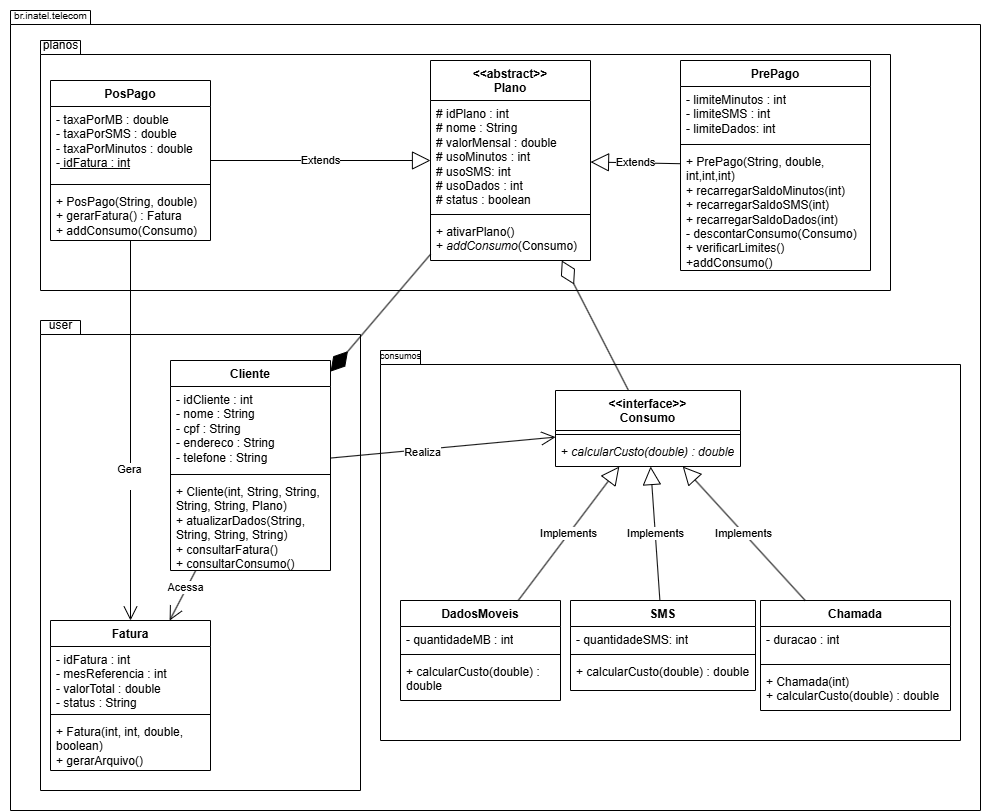
The draw.io diagram diagramaUML.drawio.png in Jhone93567/Projeto-POO, before a commit. Source tidied: cells renumbered, new cells last; positions are measured from the earlier drawing's top-left corner, leaving out a move shared by most shapes.
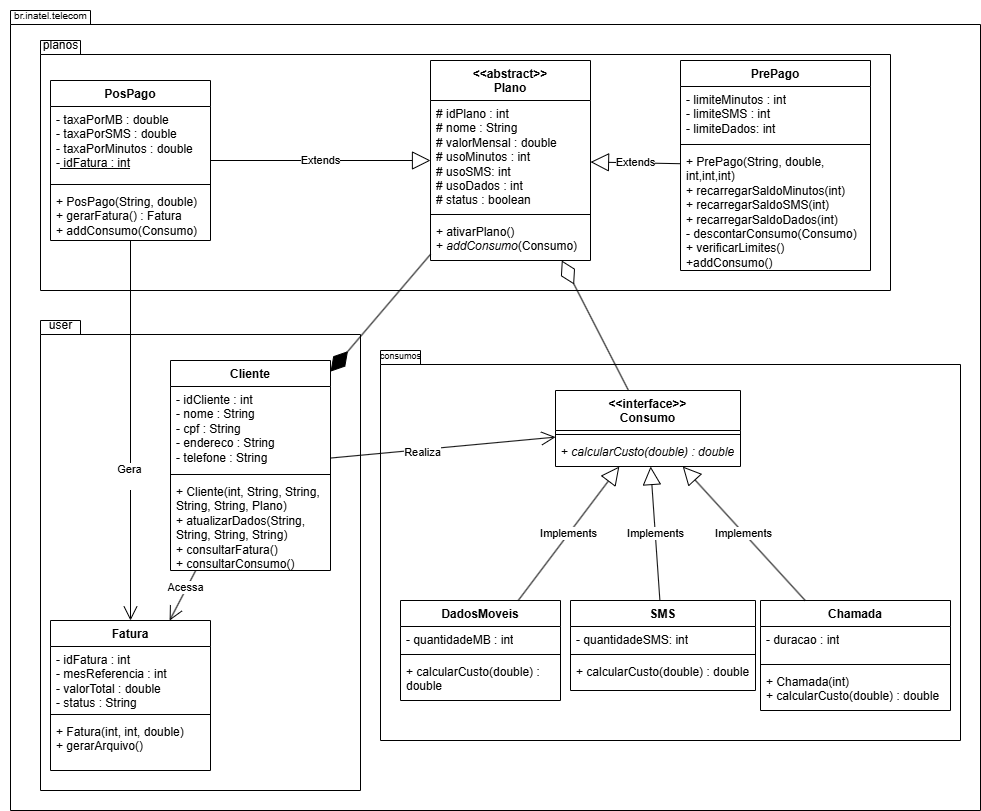
After the commit.

Change to the diagram source:
```diff
@@ -104,7 +104,7 @@
     <mxCell id="35" style="line;strokeWidth=1;fillColor=none;align=left;verticalAlign=middle;spacingTop=-1;spacingLeft=3;spacingRight=3;labelPosition=right;strokeColor=inherit;" parent="33" vertex="1">
       <mxGeometry y="90" width="160" height="8" as="geometry" />
     </mxCell>
-    <mxCell id="36" value="&lt;div&gt;+ Fatura(int, int, double, boolean)&lt;/div&gt;&lt;div&gt;+ gerarArquivo()&lt;/div&gt;" style="text;strokeColor=none;fillColor=none;align=left;verticalAlign=top;spacingLeft=4;spacingRight=4;overflow=hidden;whiteSpace=wrap;html=1;" parent="33" vertex="1">
+    <mxCell id="36" value="&lt;div&gt;+ Fatura(int, int, double)&lt;/div&gt;&lt;div&gt;+ gerarArquivo()&lt;/div&gt;" style="text;strokeColor=none;fillColor=none;align=left;verticalAlign=top;spacingLeft=4;spacingRight=4;overflow=hidden;whiteSpace=wrap;html=1;" parent="33" vertex="1">
       <mxGeometry y="98" width="160" height="52" as="geometry" />
     </mxCell>
     <mxCell id="37" value="Extends" style="endArrow=block;endSize=16;endFill=0;html=1;rounded=0;" parent="1" edge="1" source="13" target="9">
```
